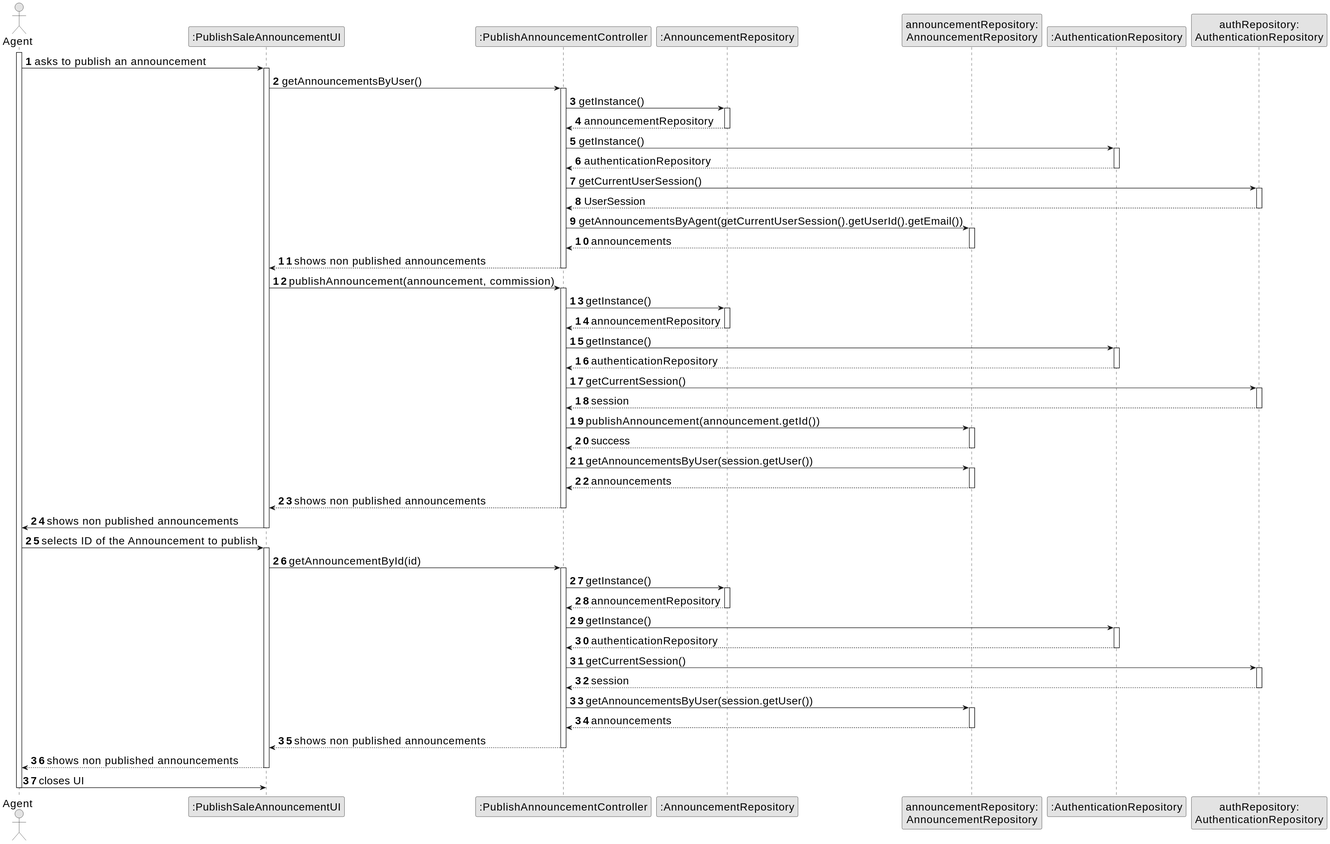
Goncalves2525/real-estate-management-system keeps this PlantUML diagram as docs/sprintC/us002/03.design/svg/us002-sequence-diagram-full.svg. Above is the earlier version.
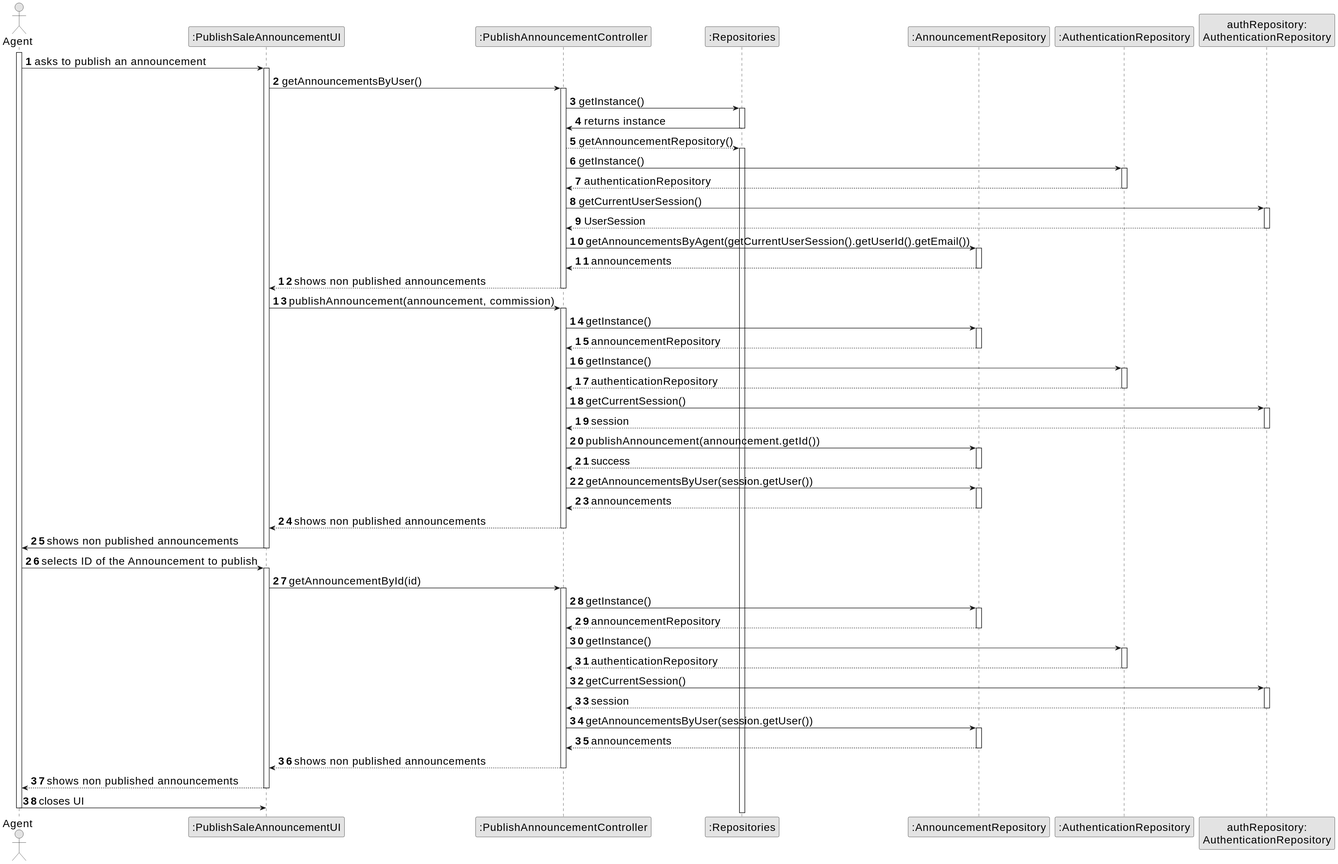
The same file after the commit.

Commit message:
class diagram completed with us9 SVG created VisitScheduleController repository access improved

Diff of the diagram source:
```diff
@@ -9,7 +9,8 @@
 actor "Agent" as AGENT
 participant ":PublishSaleAnnouncementUI" as UI
 participant ":PublishAnnouncementController" as CTRL
-participant ":AnnouncementRepository" as RepositorySingleton
+participant ":Repositories" as REPO
+participant ":AnnouncementRepository" as AnnouncementRepository
 participant "announcementRepository:\nAnnouncementRepository" as AnnouncementRepository
 participant ":AuthenticationRepository" as AuthSingleton
 participant "authRepository:\nAuthenticationRepository" as AuthenticationRepository
@@ -23,11 +24,14 @@
 UI -> CTRL : getAnnouncementsByUser()
 activate CTRL
 
-    CTRL -> RepositorySingleton : getInstance()
-    activate RepositorySingleton
+    CTRL -> REPO: getInstance()
+    activate REPO
 
-        RepositorySingleton --> CTRL: announcementRepository
-    deactivate RepositorySingleton
+    REPO -> CTRL : returns instance
+    deactivate REPO
+
+    CTRL --> REPO: getAnnouncementRepository()
+    activate REPO
 
     CTRL -> AuthSingleton : getInstance()
     activate AuthSingleton
@@ -53,11 +57,11 @@
 UI -> CTRL : publishAnnouncement(announcement, commission)
 activate CTRL
 
-    CTRL -> RepositorySingleton : getInstance()
-    activate RepositorySingleton
+    CTRL -> AnnouncementRepository : getInstance()
+    activate AnnouncementRepository
 
-        RepositorySingleton --> CTRL: announcementRepository
-    deactivate RepositorySingleton
+        AnnouncementRepository --> CTRL: announcementRepository
+    deactivate AnnouncementRepository
 
     CTRL -> AuthSingleton : getInstance()
     activate AuthSingleton
@@ -95,11 +99,11 @@
 UI -> CTRL : getAnnouncementById(id)
 activate CTRL
 
-    CTRL -> RepositorySingleton : getInstance()
-    activate RepositorySingleton
+    CTRL -> AnnouncementRepository : getInstance()
+    activate AnnouncementRepository
 
-        RepositorySingleton --> CTRL: announcementRepository
-    deactivate RepositorySingleton
+        AnnouncementRepository --> CTRL: announcementRepository
+    deactivate AnnouncementRepository
 
     CTRL -> AuthSingleton : getInstance()
     activate AuthSingleton
```
